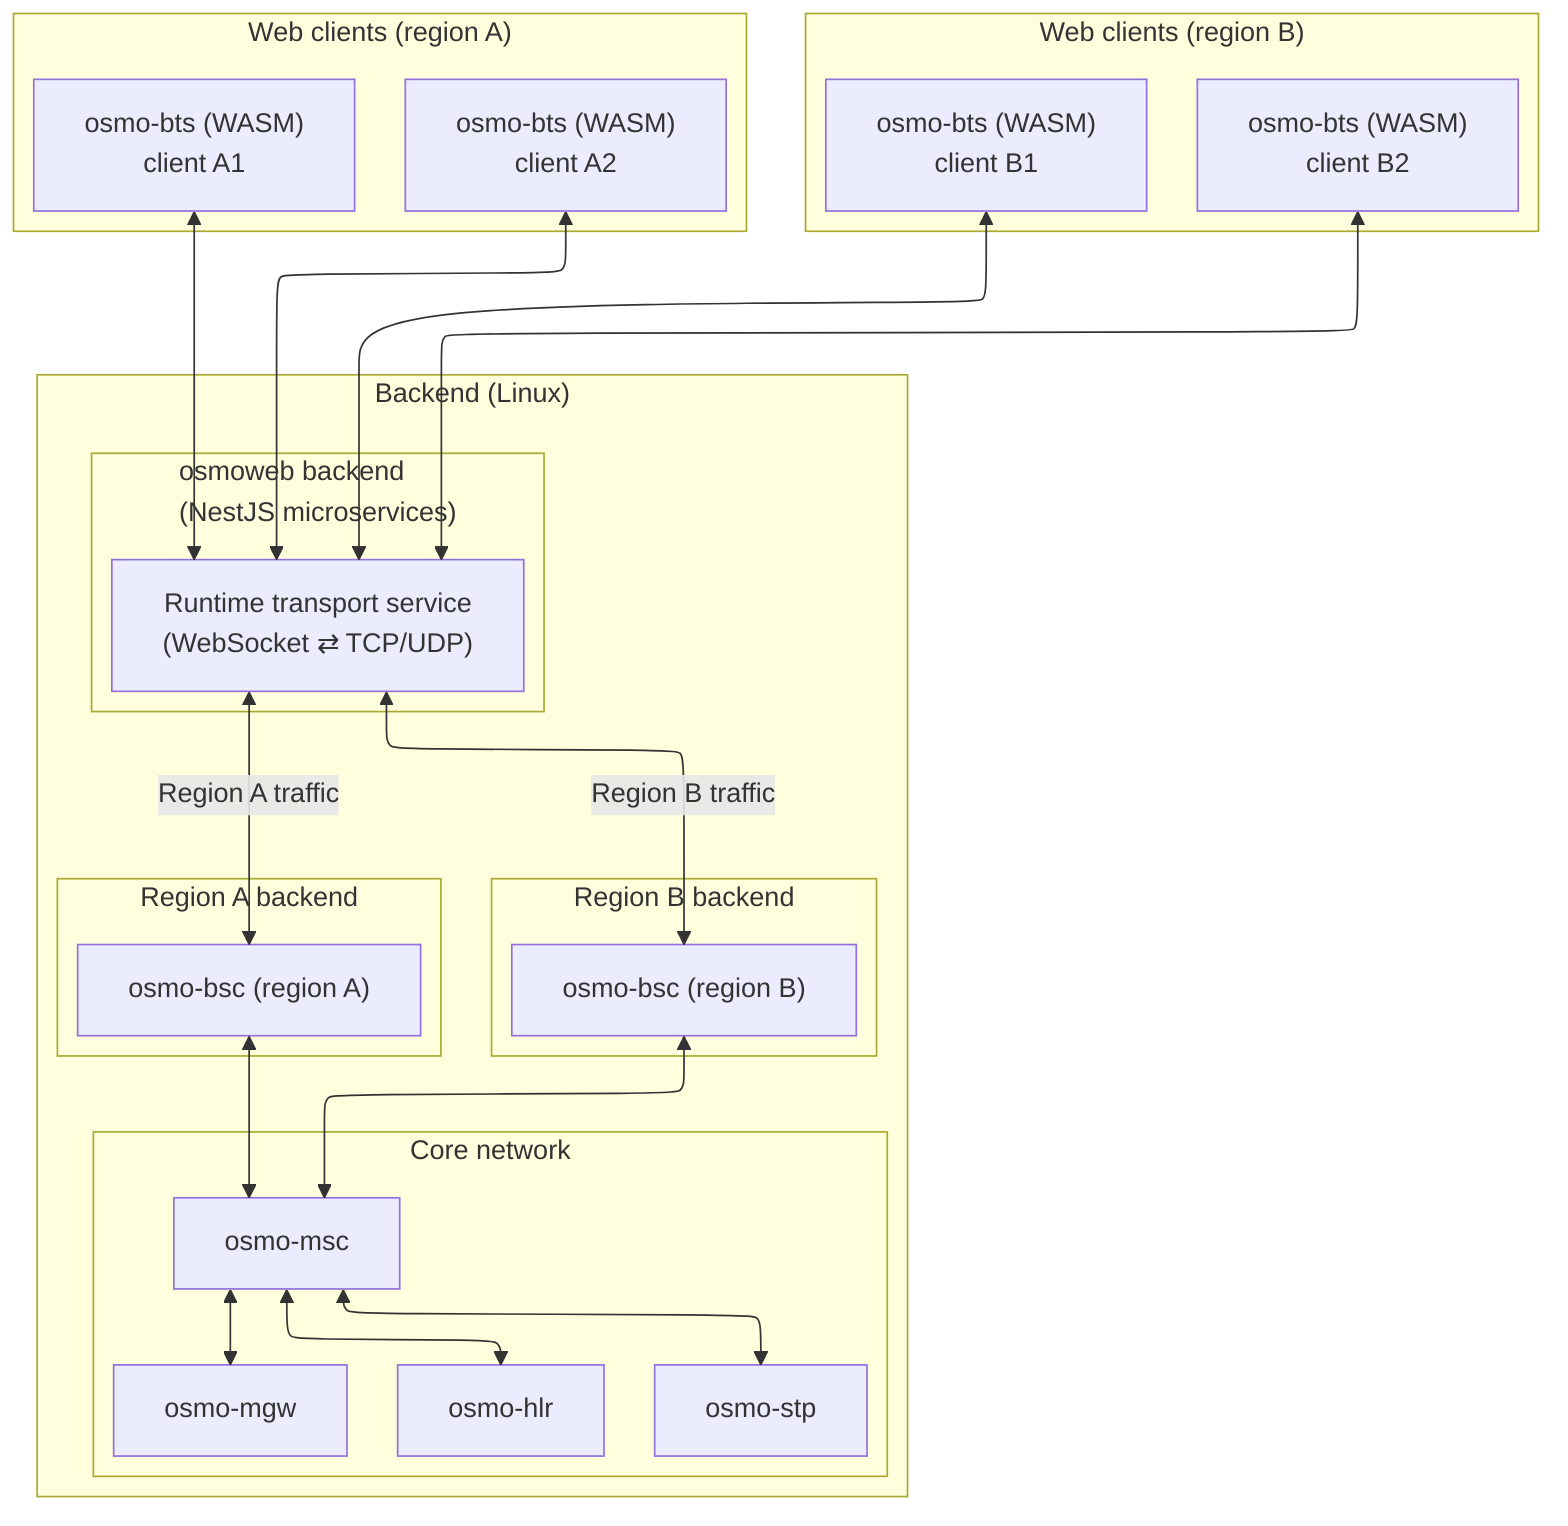
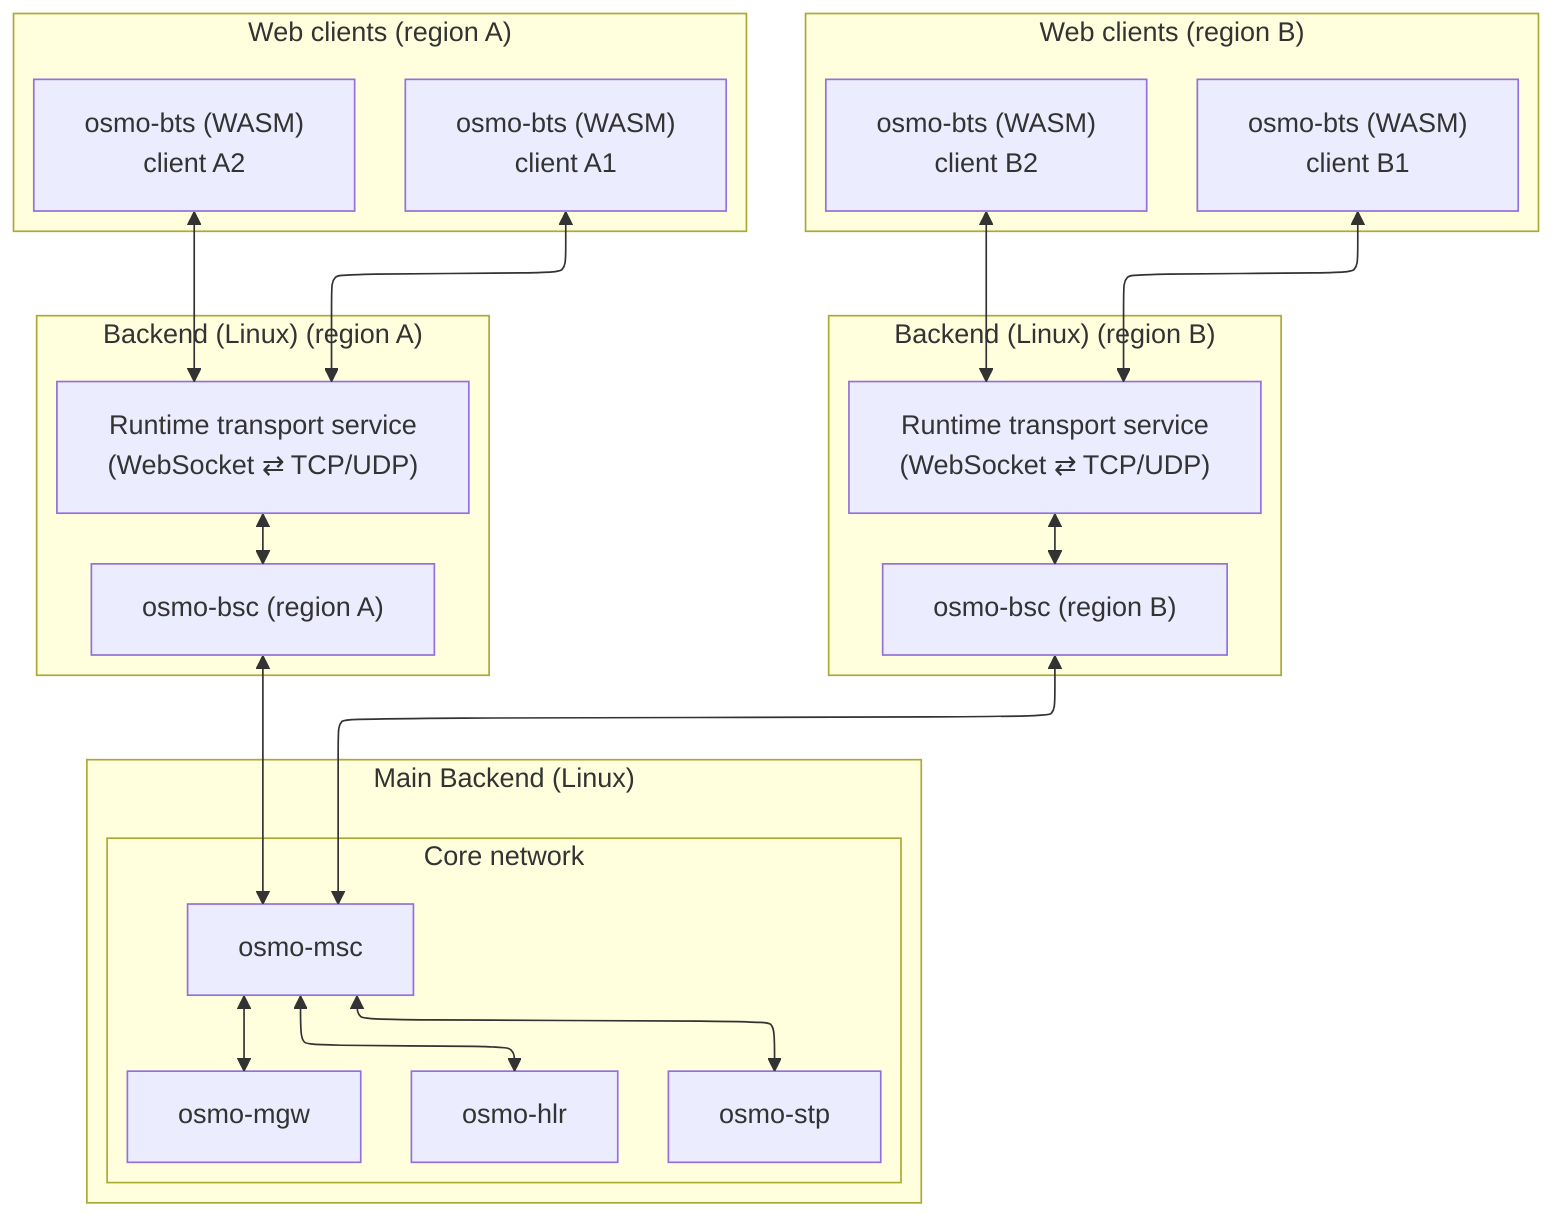
---
config:
  layout: elk
---
flowchart TB
-   subgraph Backend["Backend (Linux)"]
-     subgraph OSMOWEB_BE["osmoweb backend<br/>(NestJS microservices)"]
-       RTS["Runtime transport service<br/>(WebSocket ⇄ TCP/UDP)"]
-     end
+   subgraph Backend_B["Backend (Linux) (region B)"]
+       RTS_B["Runtime transport service<br/>(WebSocket ⇄ TCP/UDP)"]
+       BSC_B["osmo-bsc (region B)"]

-     subgraph RegionA["Region A backend"]
+       RTS_B <--> BSC_B
+   end
+ 
+   subgraph Backend_A["Backend (Linux) (region A)"]
+       RTS_A["Runtime transport service<br/>(WebSocket ⇄ TCP/UDP)"]
      BSC_A["osmo-bsc (region A)"]
-     end

-     subgraph RegionB["Region B backend"]
-       BSC_B["osmo-bsc (region B)"]
-     end
+       RTS_A <--> BSC_A
+   end

+   subgraph MainBackend["Main Backend (Linux)"]
    subgraph Core["Core network"]
      MSC["osmo-msc"]
      HLR["osmo-hlr"]
      STP["osmo-stp"]
      MGW["osmo-mgw"]

      MSC <--> HLR
      MSC <--> STP
      MSC <--> MGW
    end
- 
-     RTS <--> |"Region B traffic"| BSC_B
-     RTS <--> |"Region A traffic"| BSC_A
- 
-     BSC_B <--> MSC
-     BSC_A <--> MSC
  end

  subgraph ClientsB["Web clients (region B)"]
    BTS_B1["osmo-bts (WASM)<br/>client B1"]
    BTS_B2["osmo-bts (WASM)<br/>client B2"]
  end

  subgraph ClientsA["Web clients (region A)"]
    BTS_A1["osmo-bts (WASM)<br/>client A1"]
    BTS_A2["osmo-bts (WASM)<br/>client A2"]
  end

-   BTS_B2 <--> RTS
-   BTS_B1 <--> RTS
+   BSC_B <--> MSC
+   BSC_A <--> MSC

-   BTS_A1 <--> RTS
-   BTS_A2 <--> RTS
+   BTS_A1 <--> RTS_A
+   BTS_A2 <--> RTS_A
+ 
+   BTS_B1 <--> RTS_B
+   BTS_B2 <--> RTS_B
+ 
